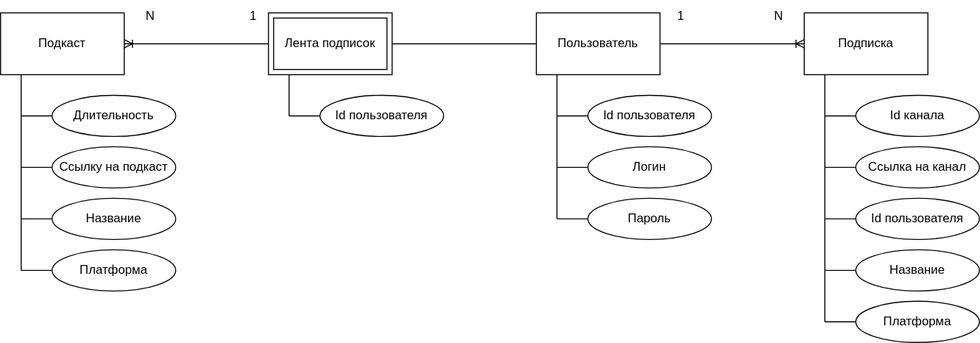
Earlier version of the draw.io export img/er.svg (TwoTeaToTwo/IU7_Software_Design). Source tidied: cells renumbered, new cells last; positions are measured from the earlier drawing's top-left corner, leaving out a move shared by most shapes.
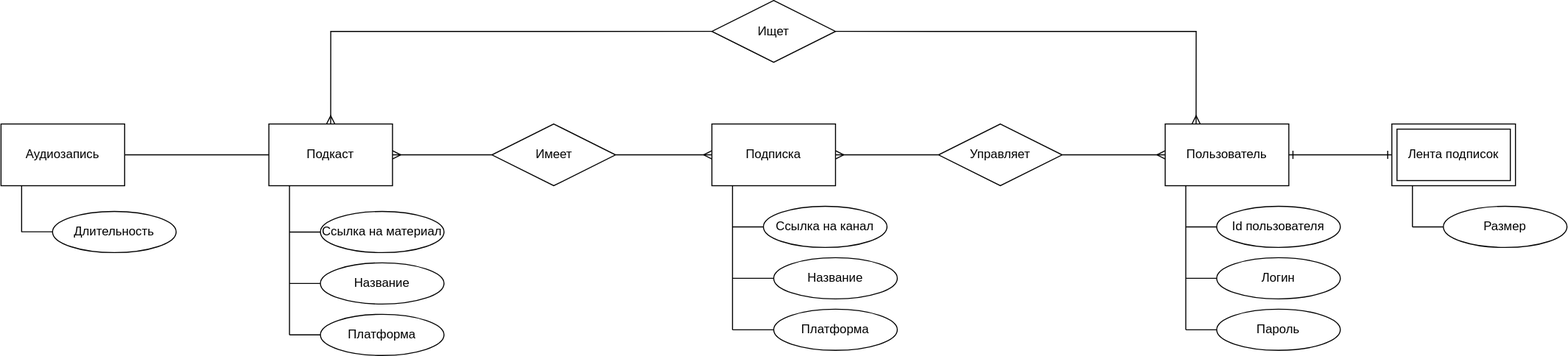
The same file after the commit.

The edit, as a diff of the source:
```diff
@@ -2,166 +2,174 @@
   <root>
     <mxCell id="0" />
     <mxCell id="1" parent="0" />
+    <mxCell id="43" style="edgeStyle=orthogonalEdgeStyle;rounded=0;jettySize=auto;html=1;exitX=0;exitY=0.5;exitDx=0;exitDy=0;entryX=1;entryY=0.5;entryDx=0;entryDy=0;endArrow=none;endFill=0;startArrow=ERmany;startFill=0;" parent="1" edge="1" source="2" target="53">
+      <mxGeometry relative="1" as="geometry" />
+    </mxCell>
+    <mxCell id="44" style="edgeStyle=orthogonalEdgeStyle;rounded=0;jettySize=auto;html=1;exitX=1;exitY=0.5;exitDx=0;exitDy=0;entryX=0;entryY=0.5;entryDx=0;entryDy=0;endArrow=ERone;endFill=0;startArrow=ERone;startFill=0;" parent="1" edge="1" source="2" target="25">
+      <mxGeometry relative="1" as="geometry" />
+    </mxCell>
     <mxCell id="2" value="Пользователь" style="rounded=0;whiteSpace=wrap;html=1;" parent="1" vertex="1">
-      <mxGeometry x="520" y="12" width="120" height="60" as="geometry" />
+      <mxGeometry x="480" y="-38" width="120" height="60" as="geometry" />
     </mxCell>
+    <mxCell id="45" style="edgeStyle=orthogonalEdgeStyle;rounded=0;jettySize=auto;html=1;exitX=1;exitY=0.5;exitDx=0;exitDy=0;entryX=0;entryY=0.5;entryDx=0;entryDy=0;endArrow=none;endFill=0;startArrow=ERmany;startFill=0;" parent="1" edge="1" source="3" target="53">
+      <mxGeometry relative="1" as="geometry" />
+    </mxCell>
     <mxCell id="3" value="Подписка" style="rounded=0;whiteSpace=wrap;html=1;" parent="1" vertex="1">
-      <mxGeometry x="780" y="12" width="120" height="60" as="geometry" />
+      <mxGeometry x="40" y="-38" width="120" height="60" as="geometry" />
     </mxCell>
-    <mxCell id="4" style="fontSize=12;html=1;endArrow=ERoneToMany;rounded=0;entryX=0;entryY=0.5;entryDx=0;entryDy=0;exitX=1;exitY=0.5;exitDx=0;exitDy=0;" parent="1" edge="1" source="2" target="3">
-      <mxGeometry relative="1" as="geometry" />
-    </mxCell>
-    <mxCell id="5" value="1" style="text;html=1;align=center;verticalAlign=middle;strokeColor=none;fillColor=none;" parent="1" vertex="1">
-      <mxGeometry x="645" width="30" height="30" as="geometry" />
-    </mxCell>
-    <mxCell id="6" value="N" style="text;html=1;align=center;verticalAlign=middle;strokeColor=none;fillColor=none;" parent="1" vertex="1">
-      <mxGeometry x="740" width="30" height="30" as="geometry" />
-    </mxCell>
     <mxCell id="7" value="Id пользователя" style="ellipse;whiteSpace=wrap;html=1;" parent="1" vertex="1">
-      <mxGeometry x="570" y="92" width="120" height="40" as="geometry" />
+      <mxGeometry x="530" y="42" width="120" height="40" as="geometry" />
     </mxCell>
     <mxCell id="8" style="endArrow=none;html=1;rounded=0;entryX=0.25;entryY=1;entryDx=0;entryDy=0;" parent="1" edge="1">
       <mxGeometry relative="1" as="geometry">
-        <mxPoint x="540" y="212" as="sourcePoint" />
-        <mxPoint x="540" y="72" as="targetPoint" />
+        <mxPoint x="500" y="162" as="sourcePoint" />
+        <mxPoint x="500" y="22" as="targetPoint" />
       </mxGeometry>
     </mxCell>
     <mxCell id="9" value="Логин" style="ellipse;whiteSpace=wrap;html=1;" parent="1" vertex="1">
-      <mxGeometry x="570" y="142" width="120" height="40" as="geometry" />
+      <mxGeometry x="530" y="92" width="120" height="40" as="geometry" />
     </mxCell>
     <mxCell id="10" value="Пароль" style="ellipse;whiteSpace=wrap;html=1;" parent="1" vertex="1">
-      <mxGeometry x="570" y="192" width="120" height="40" as="geometry" />
+      <mxGeometry x="530" y="142" width="120" height="40" as="geometry" />
     </mxCell>
     <mxCell id="11" style="endArrow=none;html=1;rounded=0;entryX=0;entryY=0.5;entryDx=0;entryDy=0;" parent="1" edge="1" target="7">
       <mxGeometry relative="1" as="geometry">
-        <mxPoint x="540" y="112" as="sourcePoint" />
+        <mxPoint x="500" y="62" as="sourcePoint" />
       </mxGeometry>
     </mxCell>
     <mxCell id="12" style="endArrow=none;html=1;rounded=0;entryX=0;entryY=0.5;entryDx=0;entryDy=0;" parent="1" edge="1" target="9">
       <mxGeometry relative="1" as="geometry">
-        <mxPoint x="540" y="162" as="sourcePoint" />
+        <mxPoint x="500" y="112" as="sourcePoint" />
       </mxGeometry>
     </mxCell>
     <mxCell id="13" style="endArrow=none;html=1;rounded=0;entryX=0;entryY=0.5;entryDx=0;entryDy=0;" parent="1" edge="1" target="10">
       <mxGeometry relative="1" as="geometry">
-        <mxPoint x="540" y="212" as="sourcePoint" />
+        <mxPoint x="500" y="162" as="sourcePoint" />
       </mxGeometry>
     </mxCell>
-    <mxCell id="14" value="Id канала" style="ellipse;whiteSpace=wrap;html=1;" parent="1" vertex="1">
-      <mxGeometry x="830" y="92" width="120" height="40" as="geometry" />
-    </mxCell>
     <mxCell id="15" style="endArrow=none;html=1;rounded=0;entryX=0.25;entryY=1;entryDx=0;entryDy=0;" parent="1" edge="1">
       <mxGeometry relative="1" as="geometry">
-        <mxPoint x="800" y="312" as="sourcePoint" />
-        <mxPoint x="800" y="72" as="targetPoint" />
+        <mxPoint x="60" y="162" as="sourcePoint" />
+        <mxPoint x="60" y="22" as="targetPoint" />
       </mxGeometry>
     </mxCell>
     <mxCell id="16" value="Ссылка на канал" style="ellipse;whiteSpace=wrap;html=1;" parent="1" vertex="1">
-      <mxGeometry x="830" y="142" width="120" height="40" as="geometry" />
+      <mxGeometry x="90" y="42" width="120" height="40" as="geometry" />
     </mxCell>
-    <mxCell id="17" value="Id пользователя" style="ellipse;whiteSpace=wrap;html=1;" parent="1" vertex="1">
-      <mxGeometry x="830" y="192" width="120" height="40" as="geometry" />
-    </mxCell>
     <mxCell id="18" value="Название" style="ellipse;whiteSpace=wrap;html=1;" parent="1" vertex="1">
-      <mxGeometry x="830" y="242" width="120" height="40" as="geometry" />
+      <mxGeometry x="100" y="92" width="120" height="40" as="geometry" />
     </mxCell>
-    <mxCell id="19" style="endArrow=none;html=1;rounded=0;entryX=0;entryY=0.5;entryDx=0;entryDy=0;" parent="1" edge="1" target="14">
+    <mxCell id="19" style="endArrow=none;html=1;rounded=0;entryX=0;entryY=0.5;entryDx=0;entryDy=0;" parent="1" edge="1">
       <mxGeometry relative="1" as="geometry">
-        <mxPoint x="800" y="112" as="sourcePoint" />
+        <mxPoint x="60" y="62" as="sourcePoint" />
+        <mxPoint x="90" y="62" as="targetPoint" />
       </mxGeometry>
     </mxCell>
-    <mxCell id="20" style="endArrow=none;html=1;rounded=0;entryX=0;entryY=0.5;entryDx=0;entryDy=0;" parent="1" edge="1" target="16">
-      <mxGeometry relative="1" as="geometry">
-        <mxPoint x="800" y="162" as="sourcePoint" />
-      </mxGeometry>
-    </mxCell>
-    <mxCell id="21" style="endArrow=none;html=1;rounded=0;entryX=0;entryY=0.5;entryDx=0;entryDy=0;" parent="1" edge="1" target="17">
+    <mxCell id="21" style="endArrow=none;html=1;rounded=0;" parent="1" edge="1">
       <mxGeometry relative="1" as="geometry">
-        <mxPoint x="800" y="212" as="sourcePoint" />
+        <mxPoint x="60" y="162" as="sourcePoint" />
+        <mxPoint x="100" y="162" as="targetPoint" />
       </mxGeometry>
     </mxCell>
     <mxCell id="22" style="endArrow=none;html=1;rounded=0;entryX=0;entryY=0.5;entryDx=0;entryDy=0;" parent="1" edge="1" target="18">
       <mxGeometry relative="1" as="geometry">
-        <mxPoint x="800" y="262" as="sourcePoint" />
+        <mxPoint x="60" y="112" as="sourcePoint" />
       </mxGeometry>
     </mxCell>
+    <mxCell id="46" style="edgeStyle=orthogonalEdgeStyle;rounded=0;jettySize=auto;html=1;exitX=1;exitY=0.5;exitDx=0;exitDy=0;entryX=0;entryY=0.5;entryDx=0;entryDy=0;endArrow=none;endFill=0;startArrow=ERmany;startFill=0;" parent="1" edge="1" source="23" target="52">
+      <mxGeometry relative="1" as="geometry" />
+    </mxCell>
     <mxCell id="23" value="Подкаст" style="rounded=0;whiteSpace=wrap;html=1;" parent="1" vertex="1">
-      <mxGeometry y="12" width="120" height="60" as="geometry" />
+      <mxGeometry x="-390" y="-38" width="120" height="60" as="geometry" />
     </mxCell>
-    <mxCell id="24" style="endArrow=none;html=1;rounded=0;entryX=0;entryY=0.5;entryDx=0;entryDy=0;exitX=1;exitY=0.5;exitDx=0;exitDy=0;" parent="1" edge="1" source="25" target="2">
-      <mxGeometry relative="1" as="geometry" />
-    </mxCell>
     <mxCell id="25" value="Лента подписок" style="shape=ext;margin=3;double=1;whiteSpace=wrap;html=1;align=center;" parent="1" vertex="1">
-      <mxGeometry x="260" y="12" width="120" height="60" as="geometry" />
+      <mxGeometry x="700" y="-38" width="120" height="60" as="geometry" />
     </mxCell>
-    <mxCell id="26" value="Id пользователя" style="ellipse;whiteSpace=wrap;html=1;" parent="1" vertex="1">
-      <mxGeometry x="310" y="92" width="120" height="40" as="geometry" />
+    <mxCell id="26" value="Размер" style="ellipse;whiteSpace=wrap;html=1;" parent="1" vertex="1">
+      <mxGeometry x="750" y="42" width="120" height="40" as="geometry" />
     </mxCell>
     <mxCell id="27" style="endArrow=none;html=1;rounded=0;entryX=0.25;entryY=1;entryDx=0;entryDy=0;" parent="1" edge="1">
       <mxGeometry relative="1" as="geometry">
-        <mxPoint x="280" y="112" as="sourcePoint" />
-        <mxPoint x="280" y="72" as="targetPoint" />
+        <mxPoint x="720" y="62" as="sourcePoint" />
+        <mxPoint x="720" y="22" as="targetPoint" />
       </mxGeometry>
     </mxCell>
     <mxCell id="28" style="endArrow=none;html=1;rounded=0;entryX=0;entryY=0.5;entryDx=0;entryDy=0;" parent="1" edge="1" target="26">
       <mxGeometry relative="1" as="geometry">
-        <mxPoint x="280" y="112" as="sourcePoint" />
+        <mxPoint x="720" y="62" as="sourcePoint" />
       </mxGeometry>
     </mxCell>
-    <mxCell id="29" style="fontSize=12;html=1;endArrow=ERoneToMany;rounded=0;entryX=1;entryY=0.5;entryDx=0;entryDy=0;exitX=0;exitY=0.5;exitDx=0;exitDy=0;" parent="1" edge="1" source="25" target="23">
-      <mxGeometry relative="1" as="geometry" />
-    </mxCell>
-    <mxCell id="30" value="1" style="text;html=1;align=center;verticalAlign=middle;strokeColor=none;fillColor=none;" parent="1" vertex="1">
-      <mxGeometry x="230" width="30" height="30" as="geometry" />
-    </mxCell>
-    <mxCell id="31" value="N" style="text;html=1;align=center;verticalAlign=middle;strokeColor=none;fillColor=none;" parent="1" vertex="1">
-      <mxGeometry x="130" width="30" height="30" as="geometry" />
-    </mxCell>
-    <mxCell id="32" value="Длительность" style="ellipse;whiteSpace=wrap;html=1;" parent="1" vertex="1">
-      <mxGeometry x="50" y="92" width="120" height="40" as="geometry" />
-    </mxCell>
-    <mxCell id="33" style="endArrow=none;html=1;rounded=0;entryX=0.25;entryY=1;entryDx=0;entryDy=0;" parent="1" edge="1">
+    <mxCell id="33" style="endArrow=none;html=1;rounded=0;" parent="1" edge="1">
       <mxGeometry relative="1" as="geometry">
-        <mxPoint x="20" y="262" as="sourcePoint" />
-        <mxPoint x="20" y="72" as="targetPoint" />
+        <mxPoint x="-370" y="167" as="sourcePoint" />
+        <mxPoint x="-370" y="22" as="targetPoint" />
       </mxGeometry>
     </mxCell>
-    <mxCell id="34" value="Ссылку на подкаст" style="ellipse;whiteSpace=wrap;html=1;" parent="1" vertex="1">
-      <mxGeometry x="50" y="142" width="120" height="40" as="geometry" />
+    <mxCell id="34" value="Ссылка на материал" style="ellipse;whiteSpace=wrap;html=1;" parent="1" vertex="1">
+      <mxGeometry x="-340" y="47" width="120" height="40" as="geometry" />
     </mxCell>
     <mxCell id="35" value="Название" style="ellipse;whiteSpace=wrap;html=1;" parent="1" vertex="1">
-      <mxGeometry x="50" y="192" width="120" height="40" as="geometry" />
+      <mxGeometry x="-340" y="97" width="120" height="40" as="geometry" />
     </mxCell>
-    <mxCell id="36" style="endArrow=none;html=1;rounded=0;entryX=0;entryY=0.5;entryDx=0;entryDy=0;" parent="1" edge="1" target="32">
-      <mxGeometry relative="1" as="geometry">
-        <mxPoint x="20" y="112" as="sourcePoint" />
-      </mxGeometry>
-    </mxCell>
     <mxCell id="37" style="endArrow=none;html=1;rounded=0;entryX=0;entryY=0.5;entryDx=0;entryDy=0;" parent="1" edge="1" target="34">
       <mxGeometry relative="1" as="geometry">
-        <mxPoint x="20" y="162" as="sourcePoint" />
+        <mxPoint x="-370" y="67" as="sourcePoint" />
       </mxGeometry>
     </mxCell>
     <mxCell id="38" style="endArrow=none;html=1;rounded=0;entryX=0;entryY=0.5;entryDx=0;entryDy=0;" parent="1" edge="1" target="35">
       <mxGeometry relative="1" as="geometry">
-        <mxPoint x="20" y="212" as="sourcePoint" />
+        <mxPoint x="-370" y="117" as="sourcePoint" />
       </mxGeometry>
     </mxCell>
     <mxCell id="39" value="Платформа" style="ellipse;whiteSpace=wrap;html=1;" parent="1" vertex="1">
-      <mxGeometry x="830" y="292" width="120" height="40" as="geometry" />
+      <mxGeometry x="100" y="142" width="120" height="40" as="geometry" />
     </mxCell>
-    <mxCell id="40" style="endArrow=none;html=1;rounded=0;entryX=0;entryY=0.5;entryDx=0;entryDy=0;" parent="1" edge="1" target="39">
-      <mxGeometry relative="1" as="geometry">
-        <mxPoint x="800" y="312" as="sourcePoint" />
-      </mxGeometry>
-    </mxCell>
     <mxCell id="41" value="Платформа" style="ellipse;whiteSpace=wrap;html=1;" parent="1" vertex="1">
-      <mxGeometry x="50" y="242" width="120" height="40" as="geometry" />
+      <mxGeometry x="-340" y="147" width="120" height="40" as="geometry" />
     </mxCell>
     <mxCell id="42" style="endArrow=none;html=1;rounded=0;entryX=0;entryY=0.5;entryDx=0;entryDy=0;" parent="1" edge="1" target="41">
       <mxGeometry relative="1" as="geometry">
-        <mxPoint x="20" y="262" as="sourcePoint" />
+        <mxPoint x="-370" y="167" as="sourcePoint" />
       </mxGeometry>
     </mxCell>
+    <mxCell id="47" value="Аудиозапись" style="rounded=0;whiteSpace=wrap;html=1;" parent="1" vertex="1">
+      <mxGeometry x="-650" y="-38" width="120" height="60" as="geometry" />
+    </mxCell>
+    <mxCell id="48" style="endArrow=none;html=1;rounded=0;entryX=0;entryY=0.5;entryDx=0;entryDy=0;exitX=1;exitY=0.5;exitDx=0;exitDy=0;" parent="1" edge="1" source="47" target="23">
+      <mxGeometry relative="1" as="geometry" />
+    </mxCell>
+    <mxCell id="32" value="Длительность" style="ellipse;whiteSpace=wrap;html=1;" parent="1" vertex="1">
+      <mxGeometry x="-600" y="47" width="120" height="40" as="geometry" />
+    </mxCell>
+    <mxCell id="49" style="endArrow=none;html=1;rounded=0;entryX=0.25;entryY=1;entryDx=0;entryDy=0;" parent="1" edge="1">
+      <mxGeometry relative="1" as="geometry">
+        <mxPoint x="-630" y="67" as="sourcePoint" />
+        <mxPoint x="-630" y="22" as="targetPoint" />
+      </mxGeometry>
+    </mxCell>
+    <mxCell id="50" style="endArrow=none;html=1;rounded=0;entryX=0;entryY=0.5;entryDx=0;entryDy=0;" parent="1" edge="1">
+      <mxGeometry relative="1" as="geometry">
+        <mxPoint x="-630" y="66.8" as="sourcePoint" />
+        <mxPoint x="-600" y="66.8" as="targetPoint" />
+      </mxGeometry>
+    </mxCell>
+    <mxCell id="51" style="edgeStyle=orthogonalEdgeStyle;rounded=0;jettySize=auto;html=1;exitX=1;exitY=0.5;exitDx=0;exitDy=0;entryX=0;entryY=0.5;entryDx=0;entryDy=0;endArrow=ERmany;endFill=0;" parent="1" edge="1" source="52" target="3">
+      <mxGeometry relative="1" as="geometry" />
+    </mxCell>
+    <mxCell id="52" value="Имеет" style="shape=rhombus;perimeter=rhombusPerimeter;whiteSpace=wrap;html=1;align=center;" parent="1" vertex="1">
+      <mxGeometry x="-173.5" y="-38" width="120" height="60" as="geometry" />
+    </mxCell>
+    <mxCell id="53" value="Управляет" style="shape=rhombus;perimeter=rhombusPerimeter;whiteSpace=wrap;html=1;align=center;" parent="1" vertex="1">
+      <mxGeometry x="260" y="-38" width="120" height="60" as="geometry" />
+    </mxCell>
+    <mxCell id="54" style="edgeStyle=orthogonalEdgeStyle;rounded=0;jettySize=auto;html=1;exitX=1;exitY=0.5;exitDx=0;exitDy=0;entryX=0.25;entryY=0;entryDx=0;entryDy=0;endArrow=ERmany;endFill=0;" parent="1" edge="1" source="56" target="2">
+      <mxGeometry relative="1" as="geometry" />
+    </mxCell>
+    <mxCell id="55" style="edgeStyle=orthogonalEdgeStyle;rounded=0;jettySize=auto;html=1;exitX=0;exitY=0.5;exitDx=0;exitDy=0;entryX=0.5;entryY=0;entryDx=0;entryDy=0;endArrow=ERmany;endFill=0;" parent="1" edge="1" source="56" target="23">
+      <mxGeometry relative="1" as="geometry" />
+    </mxCell>
+    <mxCell id="56" value="Ищет" style="shape=rhombus;perimeter=rhombusPerimeter;whiteSpace=wrap;html=1;align=center;" parent="1" vertex="1">
+      <mxGeometry x="40" y="-158" width="120" height="60" as="geometry" />
+    </mxCell>
   </root>
 </mxGraphModel>
```
